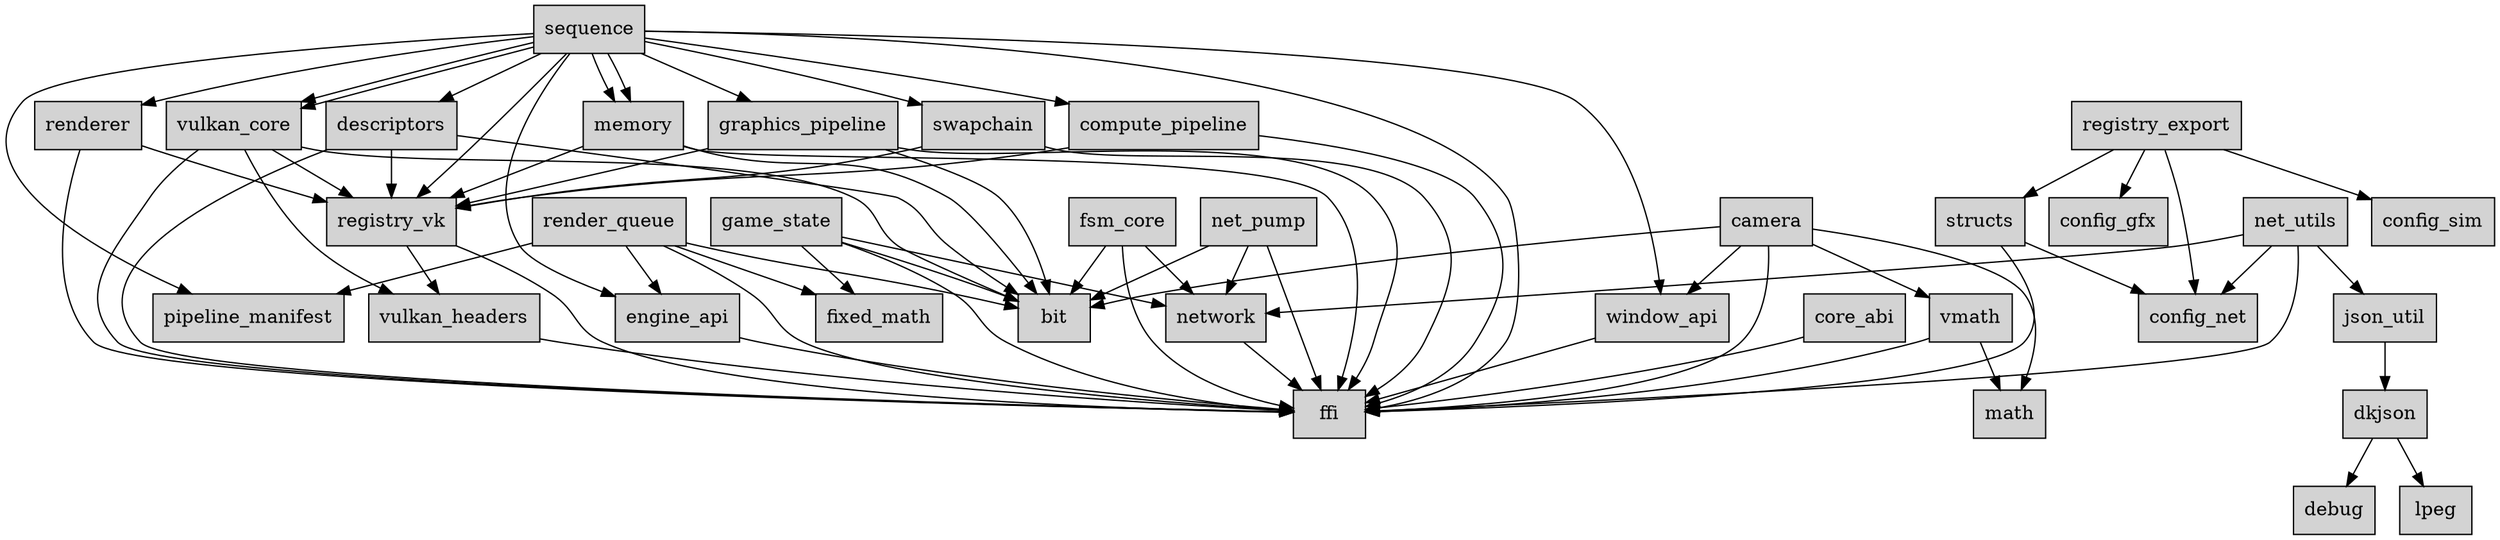
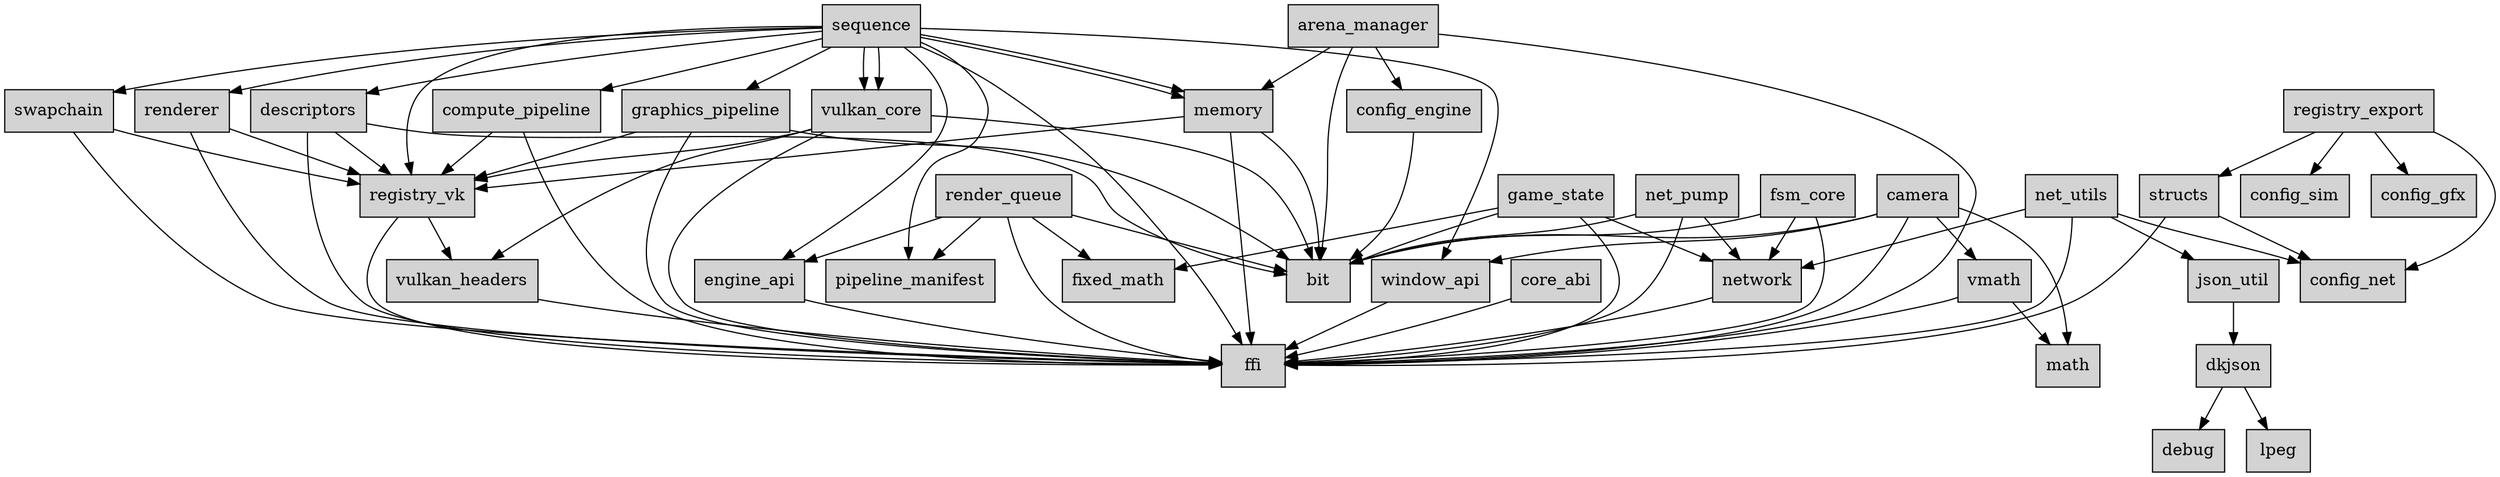
digraph WeaverEngine {
  node [shape=box, style=filled, fillcolor=lightgray];
  "json_util" -> "dkjson";
  "game_state" -> "ffi";
  "game_state" -> "bit";
  "game_state" -> "network";
  "game_state" -> "fixed_math";
  "config_net";
  "renderer" -> "ffi";
  "renderer" -> "registry_vk";
  "pipeline_manifest";
  "network" -> "ffi";
  "net_pump" -> "ffi";
  "net_pump" -> "bit";
  "net_pump" -> "network";
  "compute_pipeline" -> "ffi";
  "compute_pipeline" -> "registry_vk";
  "registry_vk" -> "ffi";
  "registry_vk" -> "vulkan_headers";
  "vulkan_core" -> "ffi";
  "vulkan_core" -> "bit";
  "vulkan_core" -> "vulkan_headers";
  "vulkan_core" -> "registry_vk";
  "core_abi" -> "ffi";
+   "arena_manager" -> "ffi";
+   "arena_manager" -> "bit";
+   "arena_manager" -> "config_engine";
+   "arena_manager" -> "memory";
  "descriptors" -> "ffi";
  "descriptors" -> "bit";
  "descriptors" -> "registry_vk";
  "swapchain" -> "ffi";
  "swapchain" -> "registry_vk";
  "graphics_pipeline" -> "ffi";
  "graphics_pipeline" -> "bit";
  "graphics_pipeline" -> "registry_vk";
  "camera" -> "ffi";
  "camera" -> "math";
  "camera" -> "bit";
  "camera" -> "vmath";
  "camera" -> "window_api";
  "config_gfx";
  "dkjson" -> "debug";
  "dkjson" -> "lpeg";
  "structs" -> "ffi";
  "structs" -> "config_net";
  "window_api" -> "ffi";
+   "config_engine" -> "bit";
  "sequence" -> "ffi";
  "sequence" -> "registry_vk";
  "sequence" -> "pipeline_manifest";
  "sequence" -> "window_api";
  "sequence" -> "engine_api";
  "sequence" -> "vulkan_core";
  "sequence" -> "vulkan_core";
  "sequence" -> "memory";
  "sequence" -> "swapchain";
  "sequence" -> "descriptors";
  "sequence" -> "memory";
  "sequence" -> "compute_pipeline";
  "sequence" -> "graphics_pipeline";
  "sequence" -> "renderer";
  "memory" -> "ffi";
  "memory" -> "bit";
  "memory" -> "registry_vk";
  "config_sim";
  "fsm_core" -> "network";
  "fsm_core" -> "bit";
  "fsm_core" -> "ffi";
  "net_utils" -> "ffi";
  "net_utils" -> "json_util";
  "net_utils" -> "config_net";
  "net_utils" -> "network";
  "registry_export" -> "structs";
  "registry_export" -> "config_gfx";
  "registry_export" -> "config_sim";
  "registry_export" -> "config_net";
  "fixed_math";
  "vulkan_headers" -> "ffi";
  "vmath" -> "ffi";
  "vmath" -> "math";
  "engine_api" -> "ffi";
  "render_queue" -> "ffi";
  "render_queue" -> "pipeline_manifest";
  "render_queue" -> "bit";
  "render_queue" -> "fixed_math";
  "render_queue" -> "engine_api";
}